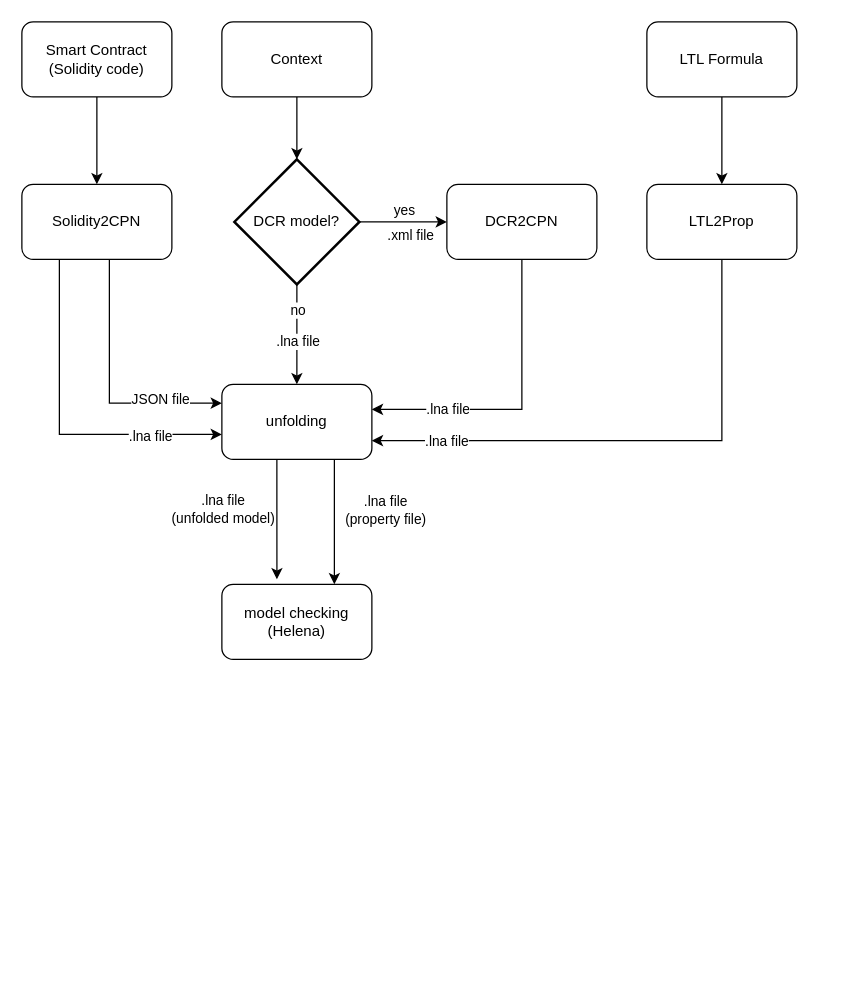
This is docs/engineering/architecture.drawio from MelekZmerli/ltl-translator, a draw.io file, before an edit. Source tidied: cells renumbered, new cells numbered last; positions are measured from the earlier drawing's top-left corner, leaving out a move shared by most shapes. Both pictures are drawn from the tidied source at 125%, with x=0, y=0 at pixel (21, 21).
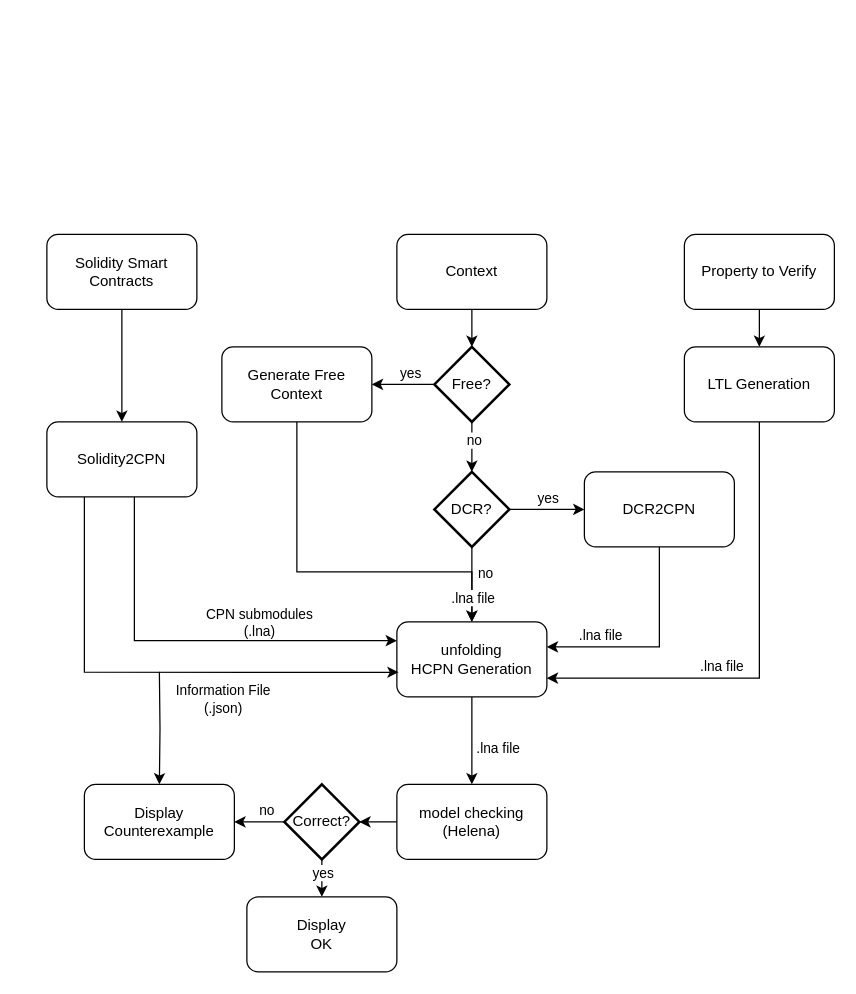
The same diagram, later.

Unchanged cells that the change refers to:
```xml
<mxCell id="6" style="edgeStyle=orthogonalEdgeStyle;rounded=0;jettySize=auto;html=1;" parent="1" edge="1" source="12" target="15">
  <mxGeometry relative="1" as="geometry" />
</mxCell>
<mxCell id="9" style="edgeStyle=orthogonalEdgeStyle;rounded=0;jettySize=auto;html=1;" parent="1" edge="1" source="12" target="20">
  <mxGeometry relative="1" as="geometry" />
</mxCell>
```

What changed in the source:
```diff
@@
-    <mxCell id="3" value="&lt;div&gt;Smart Contract&lt;/div&gt;&lt;div&gt;(Solidity code)&lt;br&gt;&lt;/div&gt;" style="rounded=1;whiteSpace=wrap;html=1;" parent="1" vertex="1">
-      <mxGeometry width="120" height="60" as="geometry" />
+    <mxCell id="3" value="Solidity Smart Contracts" style="rounded=1;whiteSpace=wrap;html=1;" parent="1" vertex="1">
+      <mxGeometry x="20" y="170" width="120" height="60" as="geometry" />
     </mxCell>
-    <mxCell id="4" style="edgeStyle=orthogonalEdgeStyle;rounded=0;jettySize=auto;html=1;" parent="1" edge="1" source="5" target="12">
-      <mxGeometry relative="1" as="geometry" />
-    </mxCell>
     <mxCell id="5" value="Context" style="rounded=1;whiteSpace=wrap;html=1;" parent="1" vertex="1">
-      <mxGeometry x="160" width="120" height="60" as="geometry" />
+      <mxGeometry x="300" y="170" width="120" height="60" as="geometry" />
     </mxCell>
@@
-    <mxCell id="8" value=".xml file" style="edgeLabel;html=1;align=center;verticalAlign=middle;" parent="6" vertex="1">
-      <mxGeometry x="0.57" y="1" relative="1" as="geometry">
-        <mxPoint x="-15" y="11" as="offset" />
-      </mxGeometry>
-    </mxCell>
@@
     <mxCell id="10" value="no" style="edgeLabel;html=1;align=center;verticalAlign=middle;" parent="9" vertex="1">
       <mxGeometry y="-1" relative="1" as="geometry">
-        <mxPoint x="1" y="-20" as="offset" />
+        <mxPoint x="11" y="-10" as="offset" />
       </mxGeometry>
     </mxCell>
-    <mxCell id="11" value=".lna file" style="edgeLabel;html=1;align=center;verticalAlign=middle;" parent="9" vertex="1">
-      <mxGeometry x="0.12" y="5" relative="1" as="geometry">
-        <mxPoint x="-5" as="offset" />
-      </mxGeometry>
-    </mxCell>
-    <mxCell id="12" value="DCR model?" style="strokeWidth=2;html=1;shape=mxgraph.flowchart.decision;whiteSpace=wrap;" parent="1" vertex="1">
-      <mxGeometry x="170" y="110" width="100" height="100" as="geometry" />
+    <mxCell id="12" value="DCR?" style="strokeWidth=2;html=1;shape=mxgraph.flowchart.decision;whiteSpace=wrap;" parent="1" vertex="1">
+      <mxGeometry x="330" y="360" width="60" height="60" as="geometry" />
     </mxCell>
     <mxCell id="13" style="edgeStyle=orthogonalEdgeStyle;rounded=0;jettySize=auto;html=1;entryX=1;entryY=0.5;entryDx=0;entryDy=0;exitX=0.5;exitY=1;exitDx=0;exitDy=0;" parent="1" edge="1" source="15">
       <mxGeometry relative="1" as="geometry">
-        <mxPoint x="280" y="310" as="targetPoint" />
+        <mxPoint x="420" y="500" as="targetPoint" />
         <Array as="points">
-          <mxPoint x="400" y="310" />
+          <mxPoint x="510" y="500" />
         </Array>
       </mxGeometry>
     </mxCell>
     <mxCell id="14" value=".lna file" style="edgeLabel;html=1;align=center;verticalAlign=middle;" parent="13" vertex="1">
-      <mxGeometry x="0.5" y="-1" relative="1" as="geometry" />
+      <mxGeometry x="0.5" y="-1" relative="1" as="geometry">
+        <mxPoint y="-9" as="offset" />
+      </mxGeometry>
     </mxCell>
     <mxCell id="15" value="DCR2CPN" style="rounded=1;whiteSpace=wrap;html=1;" parent="1" vertex="1">
-      <mxGeometry x="340" y="130" width="120" height="60" as="geometry" />
+      <mxGeometry x="450" y="360" width="120" height="60" as="geometry" />
     </mxCell>
-    <mxCell id="16" style="edgeStyle=orthogonalEdgeStyle;rounded=0;jettySize=auto;html=1;entryX=0.367;entryY=-0.067;entryDx=0;entryDy=0;entryPerimeter=0;" parent="1" edge="1" source="20" target="31">
-      <mxGeometry relative="1" as="geometry">
-        <Array as="points">
-          <mxPoint x="204" y="370" />
-          <mxPoint x="204" y="370" />
-        </Array>
-      </mxGeometry>
-    </mxCell>
-    <mxCell id="17" value="&lt;div&gt;.lna file&lt;/div&gt;&lt;div&gt;(unfolded model)&lt;br&gt;&lt;/div&gt;" style="edgeLabel;html=1;align=center;verticalAlign=middle;" parent="16" vertex="1">
-      <mxGeometry x="0.15" y="3" relative="1" as="geometry">
-        <mxPoint x="-47" y="-15" as="offset" />
-      </mxGeometry>
-    </mxCell>
-    <mxCell id="18" style="edgeStyle=orthogonalEdgeStyle;rounded=0;jettySize=auto;html=1;entryX=0.75;entryY=0;entryDx=0;entryDy=0;exitX=0.75;exitY=1;exitDx=0;exitDy=0;" parent="1" edge="1" source="20" target="31">
-      <mxGeometry relative="1" as="geometry" />
-    </mxCell>
-    <mxCell id="19" value="&lt;div&gt;.lna file&lt;/div&gt;&lt;div&gt;(property file)&lt;br&gt;&lt;/div&gt;" style="edgeLabel;html=1;align=center;verticalAlign=middle;" parent="18" vertex="1">
-      <mxGeometry x="-0.29" y="-1" relative="1" as="geometry">
-        <mxPoint x="41" y="4" as="offset" />
-      </mxGeometry>
-    </mxCell>
+    <mxCell id="32" style="edgeStyle=orthogonalEdgeStyle;rounded=0;jettySize=auto;html=1;exitX=0.5;exitY=1;exitDx=0;exitDy=0;" parent="1" edge="1" source="20" target="31">
+      <mxGeometry relative="1" as="geometry" />
+    </mxCell>
+    <mxCell id="33" value="&lt;div&gt;.lna file&lt;/div&gt;" style="edgeLabel;html=1;align=center;verticalAlign=middle;" parent="32" vertex="1">
+      <mxGeometry x="-0.18" y="3" relative="1" as="geometry">
+        <mxPoint x="17" y="11" as="offset" />
+      </mxGeometry>
+    </mxCell>
-    <mxCell id="20" value="unfolding" style="rounded=1;whiteSpace=wrap;html=1;" parent="1" vertex="1">
-      <mxGeometry x="160" y="290" width="120" height="60" as="geometry" />
+    <mxCell id="20" value="&lt;div&gt;unfolding&lt;/div&gt;&lt;div&gt;HCPN Generation&lt;br&gt;&lt;/div&gt;" style="rounded=1;whiteSpace=wrap;html=1;" parent="1" vertex="1">
+      <mxGeometry x="300" y="480" width="120" height="60" as="geometry" />
     </mxCell>
-    <mxCell id="21" style="edgeStyle=orthogonalEdgeStyle;rounded=0;jettySize=auto;html=1;entryX=0;entryY=0.5;entryDx=0;entryDy=0;exitX=0.25;exitY=1;exitDx=0;exitDy=0;" parent="1" edge="1" source="25">
+    <mxCell id="21" style="edgeStyle=orthogonalEdgeStyle;rounded=0;jettySize=auto;html=1;entryX=0.011;entryY=0.672;entryDx=0;entryDy=0;exitX=0.25;exitY=1;exitDx=0;exitDy=0;entryPerimeter=0;" parent="1" edge="1" source="25" target="20">
       <mxGeometry relative="1" as="geometry">
-        <mxPoint x="160" y="330" as="targetPoint" />
         <Array as="points">
-          <mxPoint x="30" y="330" />
+          <mxPoint x="50" y="520" />
         </Array>
       </mxGeometry>
     </mxCell>
-    <mxCell id="22" value=".lna file" style="edgeLabel;html=1;align=center;verticalAlign=middle;" parent="21" vertex="1">
-      <mxGeometry x="0.57" y="-1" relative="1" as="geometry" />
+    <mxCell id="22" value="CPN submodules&lt;br&gt;(.lna)" style="edgeLabel;html=1;align=center;verticalAlign=middle;" parent="21" vertex="1">
+      <mxGeometry x="0.57" y="-1" relative="1" as="geometry">
+        <mxPoint x="-27" y="-41" as="offset" />
+      </mxGeometry>
     </mxCell>
     <mxCell id="23" style="edgeStyle=orthogonalEdgeStyle;rounded=0;jettySize=auto;html=1;entryX=0;entryY=0.25;entryDx=0;entryDy=0;" parent="1" edge="1" source="25" target="20">
       <mxGeometry relative="1" as="geometry">
         <Array as="points">
-          <mxPoint x="70" y="305" />
+          <mxPoint x="90" y="495" />
         </Array>
       </mxGeometry>
     </mxCell>
-    <mxCell id="24" value="JSON file" style="edgeLabel;html=1;align=center;verticalAlign=middle;" parent="23" vertex="1">
+    <mxCell id="24" value="Information File&lt;br&gt;(.json)" style="edgeLabel;html=1;align=center;verticalAlign=middle;" parent="23" vertex="1">
       <mxGeometry x="-0.4" relative="1" as="geometry">
-        <mxPoint x="40" y="49" as="offset" />
+        <mxPoint x="70" y="63" as="offset" />
       </mxGeometry>
     </mxCell>
+    <mxCell id="34" style="edgeStyle=orthogonalEdgeStyle;rounded=0;jettySize=auto;html=1;" parent="1" edge="1" target="49">
+      <mxGeometry relative="1" as="geometry">
+        <mxPoint x="110" y="520" as="sourcePoint" />
+      </mxGeometry>
+    </mxCell>
     <mxCell id="25" value="Solidity2CPN" style="rounded=1;whiteSpace=wrap;html=1;" parent="1" vertex="1">
-      <mxGeometry y="130" width="120" height="60" as="geometry" />
+      <mxGeometry x="20" y="320" width="120" height="60" as="geometry" />
     </mxCell>
@@
-    <mxCell id="27" value="LTL Formula" style="rounded=1;whiteSpace=wrap;html=1;" parent="1" vertex="1">
-      <mxGeometry x="500" width="120" height="60" as="geometry" />
+    <mxCell id="27" value="Property to Verify" style="rounded=1;whiteSpace=wrap;html=1;" parent="1" vertex="1">
+      <mxGeometry x="530" y="170" width="120" height="60" as="geometry" />
     </mxCell>
     <mxCell id="28" style="edgeStyle=orthogonalEdgeStyle;rounded=0;jettySize=auto;html=1;entryX=1;entryY=0.75;entryDx=0;entryDy=0;" parent="1" edge="1" source="30" target="20">
       <mxGeometry relative="1" as="geometry">
         <Array as="points">
-          <mxPoint x="560" y="335" />
+          <mxPoint x="590" y="525" />
         </Array>
       </mxGeometry>
     </mxCell>
     <mxCell id="29" value=".lna file" style="edgeLabel;html=1;align=center;verticalAlign=middle;" parent="28" vertex="1">
-      <mxGeometry x="0.72" relative="1" as="geometry" />
+      <mxGeometry x="0.72" relative="1" as="geometry">
+        <mxPoint x="87" y="-10" as="offset" />
+      </mxGeometry>
     </mxCell>
-    <mxCell id="30" value="LTL2Prop" style="rounded=1;whiteSpace=wrap;html=1;" parent="1" vertex="1">
-      <mxGeometry x="500" y="130" width="120" height="60" as="geometry" />
+    <mxCell id="30" value="LTL Generation" style="rounded=1;whiteSpace=wrap;html=1;" parent="1" vertex="1">
+      <mxGeometry x="530" y="260" width="120" height="60" as="geometry" />
     </mxCell>
+    <mxCell id="35" style="edgeStyle=orthogonalEdgeStyle;rounded=0;jettySize=auto;html=1;exitX=0;exitY=0.5;exitDx=0;exitDy=0;" parent="1" edge="1" source="31" target="48">
+      <mxGeometry relative="1" as="geometry" />
+    </mxCell>
     <mxCell id="31" value="&lt;div&gt;model checking&lt;/div&gt;&lt;div&gt;(Helena)&lt;br&gt;&lt;/div&gt;" style="rounded=1;whiteSpace=wrap;html=1;" parent="1" vertex="1">
-      <mxGeometry x="160" y="450" width="120" height="60" as="geometry" />
+      <mxGeometry x="300" y="610" width="120" height="60" as="geometry" />
     </mxCell>
+    <mxCell id="36" style="edgeStyle=orthogonalEdgeStyle;rounded=0;jettySize=auto;html=1;exitX=0;exitY=0.5;exitDx=0;exitDy=0;exitPerimeter=0;entryX=1;entryY=0.5;entryDx=0;entryDy=0;" parent="1" edge="1" source="38" target="43">
+      <mxGeometry relative="1" as="geometry" />
+    </mxCell>
+    <mxCell id="37" value="yes" style="edgeLabel;html=1;align=center;verticalAlign=middle;" parent="36" vertex="1">
+      <mxGeometry x="-0.37" relative="1" as="geometry">
+        <mxPoint x="-4" y="-10" as="offset" />
+      </mxGeometry>
+    </mxCell>
+    <mxCell id="38" value="Free?" style="strokeWidth=2;html=1;shape=mxgraph.flowchart.decision;whiteSpace=wrap;" parent="1" vertex="1">
+      <mxGeometry x="330" y="260" width="60" height="60" as="geometry" />
+    </mxCell>
+    <mxCell id="39" style="edgeStyle=orthogonalEdgeStyle;rounded=0;jettySize=auto;html=1;exitX=0.5;exitY=1;exitDx=0;exitDy=0;exitPerimeter=0;entryX=0.5;entryY=0;entryDx=0;entryDy=0;entryPerimeter=0;" parent="1" edge="1" source="38" target="12">
+      <mxGeometry relative="1" as="geometry" />
+    </mxCell>
+    <mxCell id="40" value="no" style="edgeLabel;html=1;align=center;verticalAlign=middle;" parent="39" vertex="1">
+      <mxGeometry x="-0.31" y="1" relative="1" as="geometry" />
+    </mxCell>
+    <mxCell id="41" style="edgeStyle=orthogonalEdgeStyle;rounded=0;jettySize=auto;html=1;exitX=0.5;exitY=1;exitDx=0;exitDy=0;entryX=0.5;entryY=0;entryDx=0;entryDy=0;entryPerimeter=0;" parent="1" edge="1" source="5" target="38">
+      <mxGeometry relative="1" as="geometry" />
+    </mxCell>
+    <mxCell id="42" style="edgeStyle=orthogonalEdgeStyle;rounded=0;jettySize=auto;html=1;exitX=0.5;exitY=1;exitDx=0;exitDy=0;entryX=0.5;entryY=0;entryDx=0;entryDy=0;" parent="1" edge="1" source="43" target="20">
+      <mxGeometry relative="1" as="geometry">
+        <Array as="points">
+          <mxPoint x="220" y="440" />
+          <mxPoint x="360" y="440" />
+        </Array>
+      </mxGeometry>
+    </mxCell>
+    <mxCell id="11" value=".lna file" style="edgeLabel;html=1;align=center;verticalAlign=middle;" parent="42" vertex="1">
+      <mxGeometry x="0.91" relative="1" as="geometry">
+        <mxPoint y="-7" as="offset" />
+      </mxGeometry>
+    </mxCell>
+    <mxCell id="43" value="Generate Free&lt;br&gt;Context" style="rounded=1;whiteSpace=wrap;html=1;" parent="1" vertex="1">
+      <mxGeometry x="160" y="260" width="120" height="60" as="geometry" />
+    </mxCell>
+    <mxCell id="44" style="edgeStyle=orthogonalEdgeStyle;rounded=0;jettySize=auto;html=1;" parent="1" edge="1" source="48" target="49">
+      <mxGeometry relative="1" as="geometry" />
+    </mxCell>
+    <mxCell id="45" value="no" style="edgeLabel;html=1;align=center;verticalAlign=middle;" parent="44" vertex="1">
+      <mxGeometry x="-0.23" y="-3" relative="1" as="geometry">
+        <mxPoint y="-7" as="offset" />
+      </mxGeometry>
+    </mxCell>
+    <mxCell id="46" style="edgeStyle=orthogonalEdgeStyle;rounded=0;jettySize=auto;html=1;exitX=0.5;exitY=1;exitDx=0;exitDy=0;exitPerimeter=0;" parent="1" edge="1" source="48" target="50">
+      <mxGeometry relative="1" as="geometry" />
+    </mxCell>
+    <mxCell id="47" value="yes" style="edgeLabel;html=1;align=center;verticalAlign=middle;" parent="46" vertex="1">
+      <mxGeometry x="-0.35" relative="1" as="geometry">
+        <mxPoint y="-6" as="offset" />
+      </mxGeometry>
+    </mxCell>
+    <mxCell id="48" value="Correct?" style="strokeWidth=2;html=1;shape=mxgraph.flowchart.decision;whiteSpace=wrap;" parent="1" vertex="1">
+      <mxGeometry x="210" y="610" width="60" height="60" as="geometry" />
+    </mxCell>
+    <mxCell id="49" value="&lt;div&gt;Display&lt;br&gt;Counterexample&lt;br&gt;&lt;/div&gt;" style="rounded=1;whiteSpace=wrap;html=1;" parent="1" vertex="1">
+      <mxGeometry x="50" y="610" width="120" height="60" as="geometry" />
+    </mxCell>
+    <mxCell id="50" value="&lt;div&gt;Display&lt;br&gt;OK&lt;br&gt;&lt;/div&gt;" style="rounded=1;whiteSpace=wrap;html=1;" parent="1" vertex="1">
+      <mxGeometry x="180" y="700" width="120" height="60" as="geometry" />
+    </mxCell>
```
